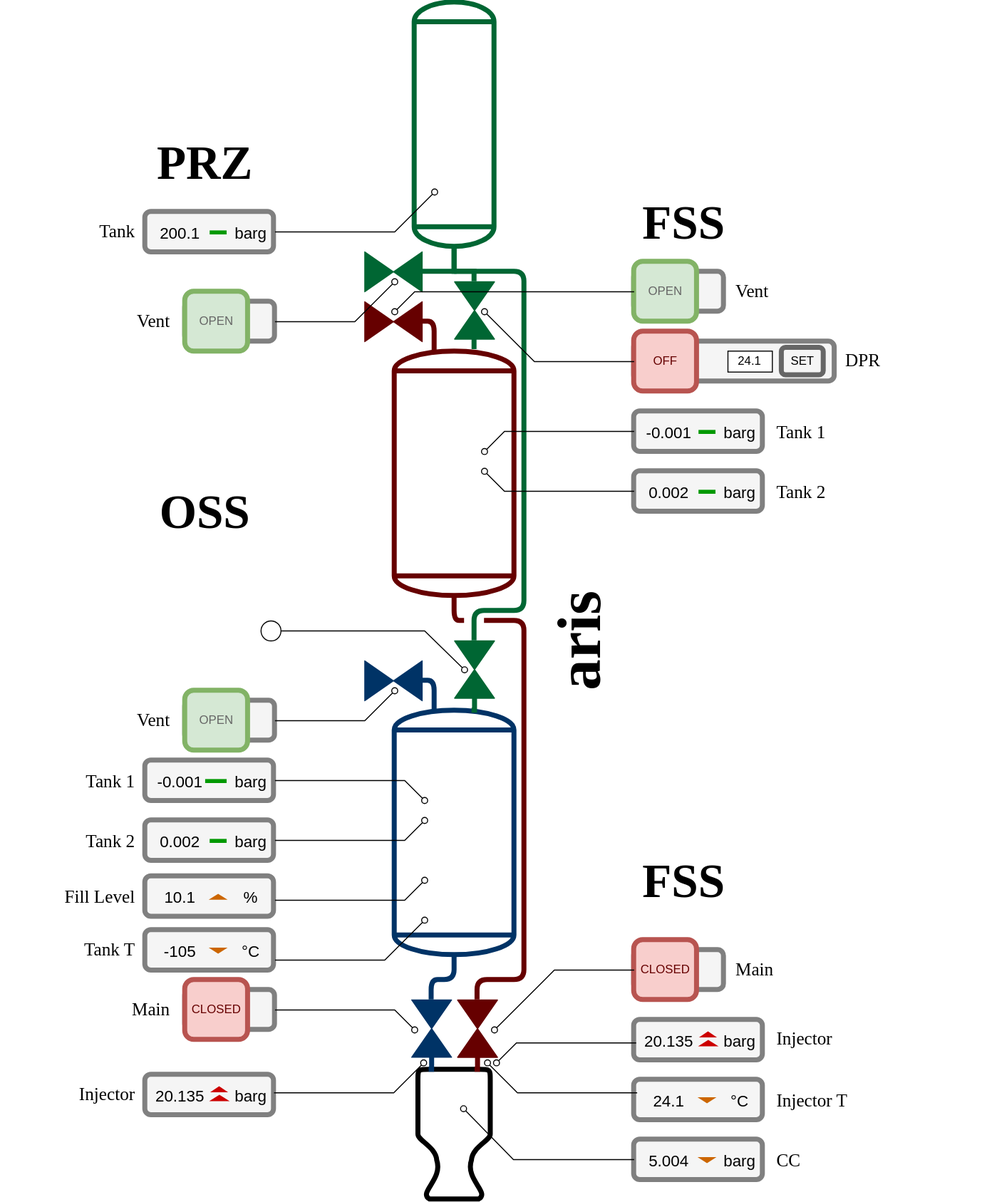
The draw.io diagram pss.svg in aris-space/asteria-mission-control, before a commit. Source tidied: cells renumbered, new cells last; positions are measured from the earlier drawing's top-left corner, leaving out a move shared by most shapes.
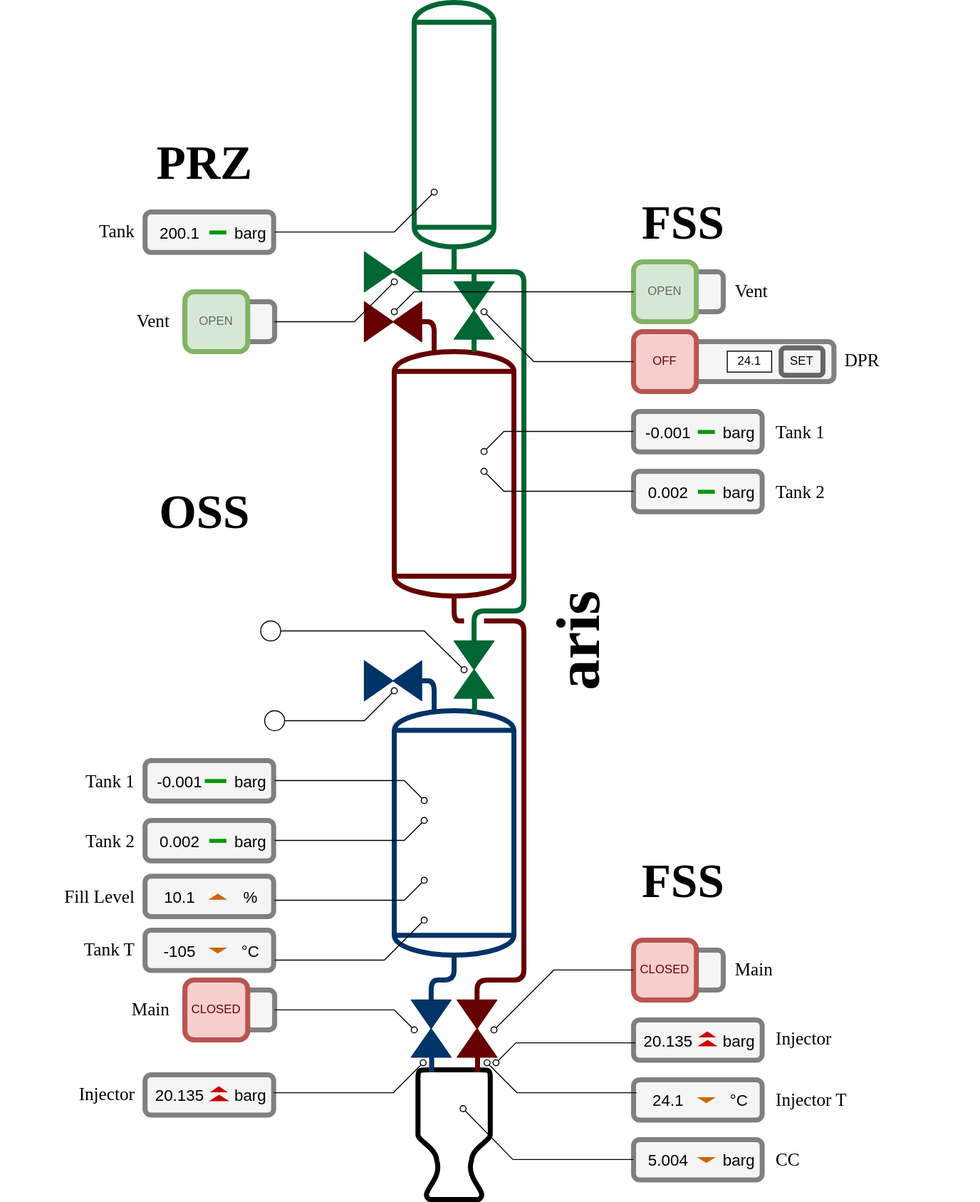
After the change.

Commit message:
feat: add some datapoints to PSS diagram

The edit, as a diff of the source:
```diff
@@ -145,18 +145,9 @@
     <mxCell id="26" value="&lt;span style=&quot;color: light-dark(rgb(102, 102, 102), rgb(237, 237, 237));&quot;&gt;OPEN&lt;/span&gt;" style="rounded=1;whiteSpace=wrap;html=1;strokeWidth=5;fillColor=#d5e8d4;strokeColor=#82b366;" parent="1" vertex="1">
       <mxGeometry x="185" y="290" width="63" height="60" as="geometry" />
     </mxCell>
-    <mxCell id="27" style="rounded=1;whiteSpace=wrap;html=1;strokeWidth=5;fillColor=#f5f5f5;strokeColor=#808080;fontColor=#333333;" parent="1" vertex="1">
-      <mxGeometry x="185" y="700" width="90" height="40" as="geometry" />
-    </mxCell>
-    <mxCell id="28" value="&lt;span style=&quot;color: light-dark(rgb(102, 102, 102), rgb(237, 237, 237));&quot;&gt;OPEN&lt;/span&gt;" style="rounded=1;whiteSpace=wrap;html=1;strokeWidth=5;fillColor=#d5e8d4;strokeColor=#82b366;" parent="1" vertex="1">
-      <mxGeometry x="185" y="690" width="63" height="60" as="geometry" />
-    </mxCell>
     <mxCell id="29" value="Vent" style="text;html=1;whiteSpace=wrap;strokeColor=none;fillColor=none;align=right;verticalAlign=middle;rounded=0;fontSize=18;fontFamily=Verdana;" parent="1" vertex="1">
       <mxGeometry x="35" y="305" width="137" height="30" as="geometry" />
     </mxCell>
-    <mxCell id="30" value="Vent" style="text;html=1;whiteSpace=wrap;strokeColor=none;fillColor=none;align=right;verticalAlign=middle;rounded=0;fontSize=18;fontFamily=Verdana;" parent="1" vertex="1">
-      <mxGeometry x="35" y="705" width="137" height="30" as="geometry" />
-    </mxCell>
     <mxCell id="31" style="rounded=1;whiteSpace=wrap;html=1;strokeWidth=5;fillColor=#f5f5f5;strokeColor=#808080;fontColor=#333333;" parent="1" vertex="1">
       <mxGeometry x="635" y="950" width="90" height="40" as="geometry" />
     </mxCell>
@@ -407,9 +398,8 @@
         </Array>
       </mxGeometry>
     </mxCell>
-    <mxCell id="106" style="endArrow=oval;html=1;rounded=0;elbow=vertical;endFill=0;entryX=0.522;entryY=0.75;entryDx=0;entryDy=0;entryPerimeter=0;exitX=1;exitY=0.5;exitDx=0;exitDy=0;" parent="1" edge="1">
+    <mxCell id="106" style="endArrow=oval;html=1;rounded=0;elbow=vertical;endFill=0;entryX=0.522;entryY=0.75;entryDx=0;entryDy=0;entryPerimeter=0;exitX=1;exitY=0.5;exitDx=0;exitDy=0;" parent="1" edge="1" source="127">
       <mxGeometry relative="1" as="geometry">
-        <mxPoint x="275" y="720" as="sourcePoint" />
         <mxPoint x="395" y="690" as="targetPoint" />
         <Array as="points">
           <mxPoint x="365" y="720" />
@@ -550,5 +540,13 @@
     <mxCell id="125" style="ellipse;whiteSpace=wrap;html=1;" parent="1" vertex="1">
       <mxGeometry x="261" y="620" width="20" height="20" as="geometry" />
     </mxCell>
+    <mxCell id="126" style="endArrow=oval;html=1;rounded=0;elbow=vertical;endFill=0;entryX=0.522;entryY=0.75;entryDx=0;entryDy=0;entryPerimeter=0;exitX=1;exitY=0.5;exitDx=0;exitDy=0;" parent="1" edge="1" target="127">
+      <mxGeometry relative="1" as="geometry">
+        <mxPoint x="275" y="720" as="sourcePoint" />
+      </mxGeometry>
+    </mxCell>
+    <mxCell id="127" style="ellipse;whiteSpace=wrap;html=1;" parent="1" vertex="1">
+      <mxGeometry x="265" y="710" width="20" height="20" as="geometry" />
+    </mxCell>
   </root>
 </mxGraphModel>
```
